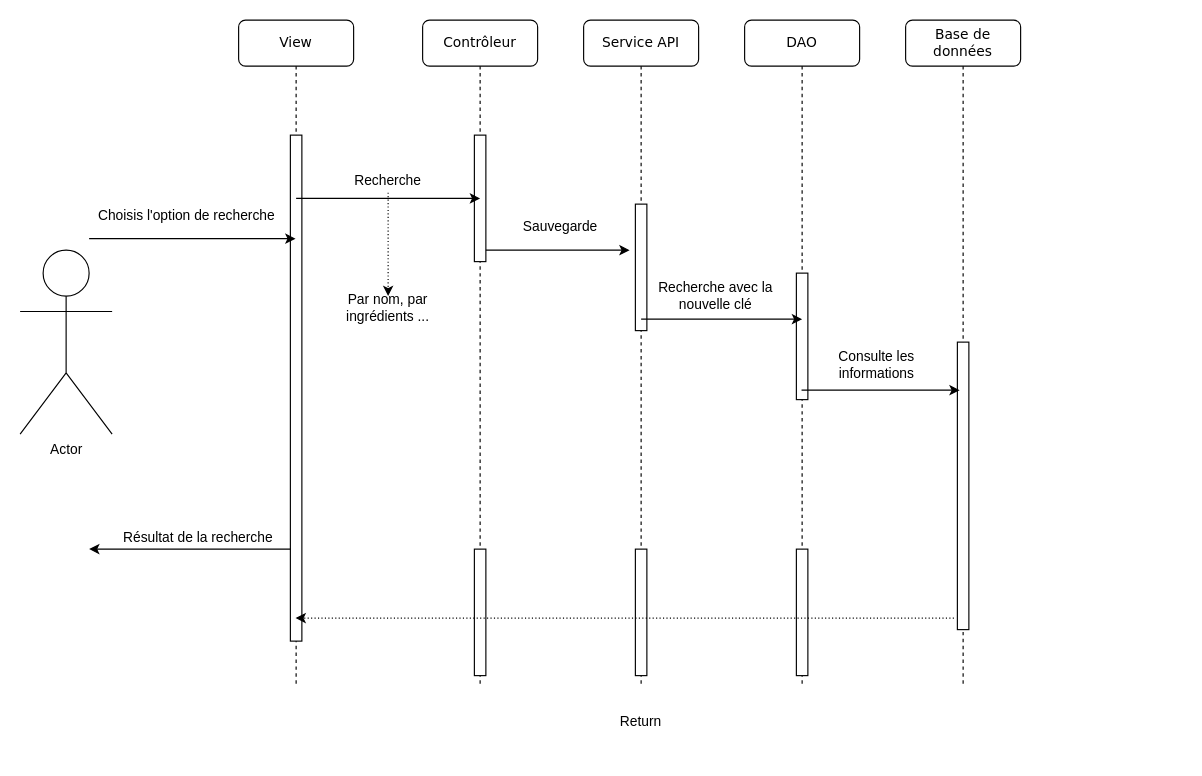
Above: Untitled Diagram.drawio in wahib299/ProjetInfo2A (draw.io), before the change. Source tidied: cells renumbered, new cells numbered last; positions are measured from the earlier drawing's top-left corner, leaving out a move shared by most shapes. Both pictures are drawn from the tidied source at 115%, with x=0, y=0 at pixel (20, 20).
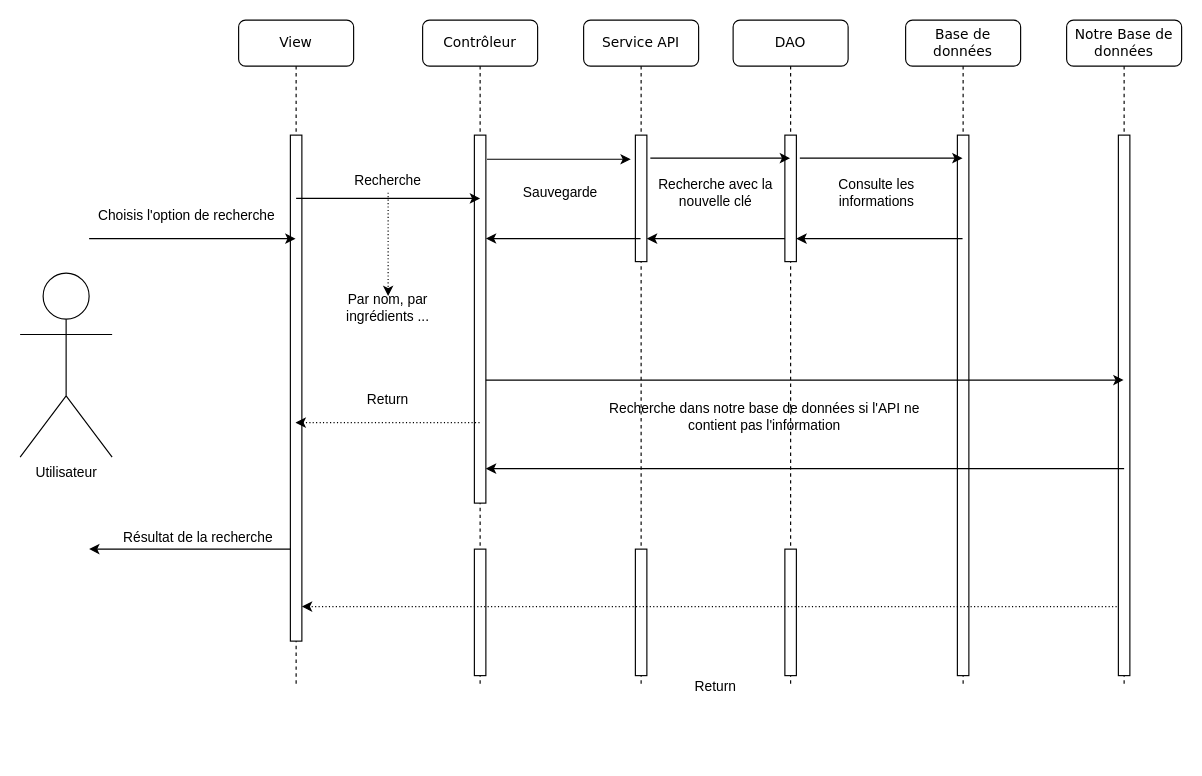
Above is the later version.

The change refers to these unchanged cells:
```xml
<mxCell id="2" value="View" style="shape=umlLifeline;perimeter=lifelinePerimeter;whiteSpace=wrap;html=1;outlineConnect=0;rounded=1;shadow=0;comic=0;labelBackgroundColor=none;strokeWidth=1;fontFamily=Verdana;fontSize=12;align=center;" parent="1" vertex="1">
  <mxGeometry x="190" width="100" height="580" as="geometry" />
</mxCell>
<mxCell id="3" style="html=1;points=[];perimeter=orthogonalPerimeter;rounded=0;shadow=0;comic=0;labelBackgroundColor=none;strokeWidth=1;fontFamily=Verdana;fontSize=12;align=center;" parent="2" vertex="1">
  <mxGeometry x="45" y="100" width="10" height="440" as="geometry" />
</mxCell>
<mxCell id="4" value="Contrôleur" style="shape=umlLifeline;perimeter=lifelinePerimeter;whiteSpace=wrap;html=1;outlineConnect=0;rounded=1;shadow=0;comic=0;labelBackgroundColor=none;strokeWidth=1;fontFamily=Verdana;fontSize=12;align=center;" parent="1" vertex="1">
  <mxGeometry x="350" width="100" height="580" as="geometry" />
</mxCell>
<mxCell id="7" value="Service API" style="shape=umlLifeline;perimeter=lifelinePerimeter;whiteSpace=wrap;html=1;outlineConnect=0;rounded=1;shadow=0;comic=0;labelBackgroundColor=none;strokeWidth=1;fontFamily=Verdana;fontSize=12;align=center;" parent="1" vertex="1">
  <mxGeometry x="490" width="100" height="580" as="geometry" />
</mxCell>
<mxCell id="13" value="Base de données" style="shape=umlLifeline;perimeter=lifelinePerimeter;whiteSpace=wrap;html=1;outlineConnect=0;rounded=1;shadow=0;comic=0;labelBackgroundColor=none;strokeWidth=1;fontFamily=Verdana;fontSize=12;align=center;" parent="1" vertex="1">
  <mxGeometry x="770" width="100" height="580" as="geometry" />
</mxCell>
```

The edit, as a diff of the source:
```diff
@@
     <mxCell id="5" style="html=1;points=[];perimeter=orthogonalPerimeter;rounded=0;shadow=0;comic=0;labelBackgroundColor=none;strokeWidth=1;fontFamily=Verdana;fontSize=12;align=center;" parent="4" vertex="1">
-      <mxGeometry x="45" y="100" width="10" height="110" as="geometry" />
+      <mxGeometry x="45" y="100" width="10" height="320" as="geometry" />
     </mxCell>
@@
     <mxCell id="8" style="html=1;points=[];perimeter=orthogonalPerimeter;rounded=0;shadow=0;comic=0;labelBackgroundColor=none;strokeWidth=1;fontFamily=Verdana;fontSize=12;align=center;" parent="7" vertex="1">
-      <mxGeometry x="45" y="160" width="10" height="110" as="geometry" />
+      <mxGeometry x="45" y="100" width="10" height="110" as="geometry" />
     </mxCell>
@@
     <mxCell id="10" value="DAO" style="shape=umlLifeline;perimeter=lifelinePerimeter;whiteSpace=wrap;html=1;outlineConnect=0;rounded=1;shadow=0;comic=0;labelBackgroundColor=none;strokeWidth=1;fontFamily=Verdana;fontSize=12;align=center;" parent="1" vertex="1">
-      <mxGeometry x="630" width="100" height="580" as="geometry" />
+      <mxGeometry x="620" width="100" height="580" as="geometry" />
     </mxCell>
     <mxCell id="11" style="html=1;points=[];perimeter=orthogonalPerimeter;rounded=0;shadow=0;comic=0;labelBackgroundColor=none;strokeWidth=1;fontFamily=Verdana;fontSize=12;align=center;" parent="10" vertex="1">
-      <mxGeometry x="45" y="220" width="10" height="110" as="geometry" />
+      <mxGeometry x="45" y="100" width="10" height="110" as="geometry" />
     </mxCell>
@@
+    <mxCell id="32" value="Recherche dans notre base de données si l'API ne contient pas l'information" style="text;html=1;strokeColor=none;fillColor=none;align=center;verticalAlign=middle;whiteSpace=wrap;rounded=0;" parent="10" vertex="1">
+      <mxGeometry x="-120" y="335" width="295" height="20" as="geometry" />
+    </mxCell>
@@
     <mxCell id="14" style="html=1;points=[];perimeter=orthogonalPerimeter;rounded=0;shadow=0;comic=0;labelBackgroundColor=none;strokeWidth=1;fontFamily=Verdana;fontSize=12;align=center;" parent="13" vertex="1">
-      <mxGeometry x="45" y="280" width="10" height="250" as="geometry" />
+      <mxGeometry x="45" y="100" width="10" height="470" as="geometry" />
     </mxCell>
-    <mxCell id="15" value="Actor" style="shape=umlActor;verticalLabelPosition=bottom;verticalAlign=top;html=1;" parent="1" vertex="1">
-      <mxGeometry y="200" width="80" height="160" as="geometry" />
+    <mxCell id="15" value="Utilisateur" style="shape=umlActor;verticalLabelPosition=bottom;verticalAlign=top;html=1;" parent="1" vertex="1">
+      <mxGeometry y="220" width="80" height="160" as="geometry" />
     </mxCell>
@@
-    <mxCell id="19" style="endArrow=classic;html=1;" parent="1" edge="1" source="5">
+    <mxCell id="19" style="endArrow=classic;html=1;entryX=-0.4;entryY=0.191;entryDx=0;entryDy=0;entryPerimeter=0;" parent="1" edge="1" target="8">
       <mxGeometry relative="1" as="geometry">
-        <mxPoint x="530" y="200" as="targetPoint" />
+        <mxPoint x="406" y="121" as="sourcePoint" />
       </mxGeometry>
     </mxCell>
-    <mxCell id="20" style="endArrow=classic;html=1;" parent="1" edge="1">
+    <mxCell id="20" style="endArrow=classic;html=1;exitX=1.3;exitY=0.182;exitDx=0;exitDy=0;exitPerimeter=0;" parent="1" edge="1" source="8" target="10">
       <mxGeometry relative="1" as="geometry">
-        <mxPoint x="540" y="260" as="sourcePoint" />
-        <mxPoint x="680" y="260" as="targetPoint" />
+        <Array as="points">
+          <mxPoint x="620" y="120" />
+        </Array>
       </mxGeometry>
     </mxCell>
-    <mxCell id="21" style="endArrow=classic;html=1;entryX=0.2;entryY=0.167;entryDx=0;entryDy=0;entryPerimeter=0;" parent="1" edge="1" source="10" target="14">
-      <mxGeometry relative="1" as="geometry" />
+    <mxCell id="21" style="endArrow=classic;html=1;exitX=1.3;exitY=0.182;exitDx=0;exitDy=0;exitPerimeter=0;" parent="1" edge="1" source="11" target="13">
+      <mxGeometry relative="1" as="geometry">
+        <Array as="points">
+          <mxPoint x="750" y="120" />
+          <mxPoint x="760" y="120" />
+        </Array>
+      </mxGeometry>
     </mxCell>
@@
     <mxCell id="25" value="Sauvegarde" style="text;html=1;strokeColor=none;fillColor=none;align=center;verticalAlign=middle;whiteSpace=wrap;rounded=0;" parent="1" vertex="1">
-      <mxGeometry x="450" y="170" width="40" height="20" as="geometry" />
+      <mxGeometry x="450" y="140" width="40" height="20" as="geometry" />
     </mxCell>
     <mxCell id="26" value="Recherche avec la nouvelle clé" style="text;html=1;strokeColor=none;fillColor=none;align=center;verticalAlign=middle;whiteSpace=wrap;rounded=0;spacing=2;" parent="1" vertex="1">
-      <mxGeometry x="550" y="230" width="110" height="20" as="geometry" />
+      <mxGeometry x="550" y="140" width="110" height="20" as="geometry" />
     </mxCell>
     <mxCell id="27" value="Consulte les informations" style="text;html=1;strokeColor=none;fillColor=none;align=center;verticalAlign=middle;whiteSpace=wrap;rounded=0;" parent="1" vertex="1">
-      <mxGeometry x="680" y="290" width="130" height="20" as="geometry" />
+      <mxGeometry x="680" y="140" width="130" height="20" as="geometry" />
     </mxCell>
@@
-    <mxCell id="30" style="endArrow=classic;html=1;dashed=1;dashPattern=1 2;exitX=-0.3;exitY=0.96;exitDx=0;exitDy=0;exitPerimeter=0;" parent="1" edge="1" source="14" target="2">
-      <mxGeometry relative="1" as="geometry" />
+    <mxCell id="30" style="endArrow=classic;html=1;dashed=1;dashPattern=1 2;" parent="1" edge="1" source="33" target="3">
+      <mxGeometry relative="1" as="geometry">
+        <Array as="points">
+          <mxPoint x="590" y="510" />
+        </Array>
+      </mxGeometry>
     </mxCell>
     <mxCell id="31" value="Return" style="text;html=1;strokeColor=none;fillColor=none;align=center;verticalAlign=middle;whiteSpace=wrap;rounded=0;" parent="1" vertex="1">
-      <mxGeometry x="430" y="580" width="220" height="60" as="geometry" />
+      <mxGeometry x="495" y="550" width="220" height="60" as="geometry" />
     </mxCell>
+    <mxCell id="33" value="Notre Base de données" style="shape=umlLifeline;perimeter=lifelinePerimeter;whiteSpace=wrap;html=1;outlineConnect=0;rounded=1;shadow=0;comic=0;labelBackgroundColor=none;strokeWidth=1;fontFamily=Verdana;fontSize=12;align=center;" parent="1" vertex="1">
+      <mxGeometry x="910" width="100" height="580" as="geometry" />
+    </mxCell>
+    <mxCell id="34" style="html=1;perimeter=orthogonalPerimeter;rounded=0;shadow=0;comic=0;labelBackgroundColor=none;strokeWidth=1;fontFamily=Verdana;fontSize=12;align=center;" parent="33" vertex="1">
+      <mxGeometry x="45" y="100" width="10" height="470" as="geometry" />
+    </mxCell>
+    <mxCell id="35" style="endArrow=classic;html=1;exitX=1;exitY=0.482;exitDx=0;exitDy=0;exitPerimeter=0;" parent="1" edge="1" target="33">
+      <mxGeometry relative="1" as="geometry">
+        <mxPoint x="405" y="313" as="sourcePoint" />
+      </mxGeometry>
+    </mxCell>
+    <mxCell id="36" style="endArrow=classic;html=1;" parent="1" edge="1">
+      <mxGeometry relative="1" as="geometry">
+        <mxPoint x="665" y="190" as="sourcePoint" />
+        <mxPoint x="545" y="190" as="targetPoint" />
+        <Array as="points">
+          <mxPoint x="607.5" y="190" />
+        </Array>
+      </mxGeometry>
+    </mxCell>
+    <mxCell id="37" style="endArrow=classic;html=1;" parent="1" edge="1" source="13" target="11">
+      <mxGeometry relative="1" as="geometry">
+        <Array as="points">
+          <mxPoint x="730" y="190" />
+        </Array>
+      </mxGeometry>
+    </mxCell>
+    <mxCell id="38" style="endArrow=classic;html=1;entryX=1;entryY=0.281;entryDx=0;entryDy=0;entryPerimeter=0;" parent="1" edge="1" source="7" target="5">
+      <mxGeometry relative="1" as="geometry">
+        <Array as="points">
+          <mxPoint x="433" y="190" />
+        </Array>
+      </mxGeometry>
+    </mxCell>
+    <mxCell id="39" style="endArrow=classic;html=1;dashed=1;dashPattern=1 2;" parent="1" edge="1" source="4" target="2">
+      <mxGeometry relative="1" as="geometry">
+        <Array as="points">
+          <mxPoint x="260" y="350" />
+        </Array>
+      </mxGeometry>
+    </mxCell>
+    <mxCell id="40" value="Return" style="text;html=1;strokeColor=none;fillColor=none;align=center;verticalAlign=middle;whiteSpace=wrap;rounded=0;" parent="1" vertex="1">
+      <mxGeometry x="210" y="300" width="220" height="60" as="geometry" />
+    </mxCell>
+    <mxCell id="41" style="endArrow=classic;html=1;" parent="1" edge="1" target="5">
+      <mxGeometry relative="1" as="geometry">
+        <mxPoint x="960" y="390" as="sourcePoint" />
+        <Array as="points">
+          <mxPoint x="940" y="390" />
+          <mxPoint x="820" y="390" />
+          <mxPoint x="770" y="390" />
+        </Array>
+      </mxGeometry>
+    </mxCell>
```
